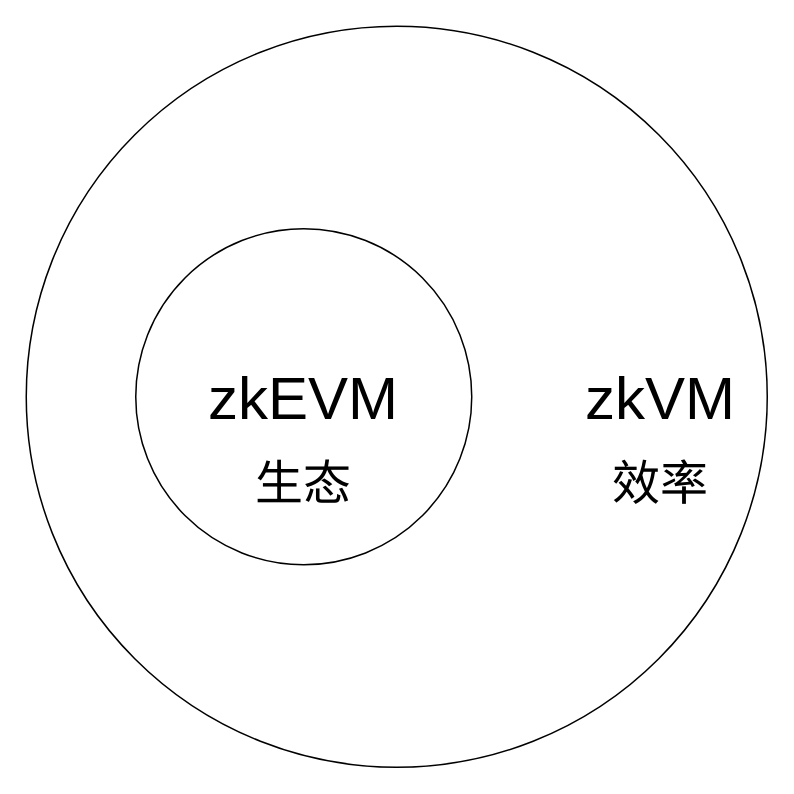
cynic-1/Graphs keeps this draw.io diagram as zkvm.drawio. Above is the earlier version. Source tidied: cells renumbered, new cells numbered last; positions are measured from the earlier drawing's top-left corner, leaving out a move shared by most shapes. Both pictures are drawn from the tidied source at 150%, with x=0, y=0 at pixel (26, 26).
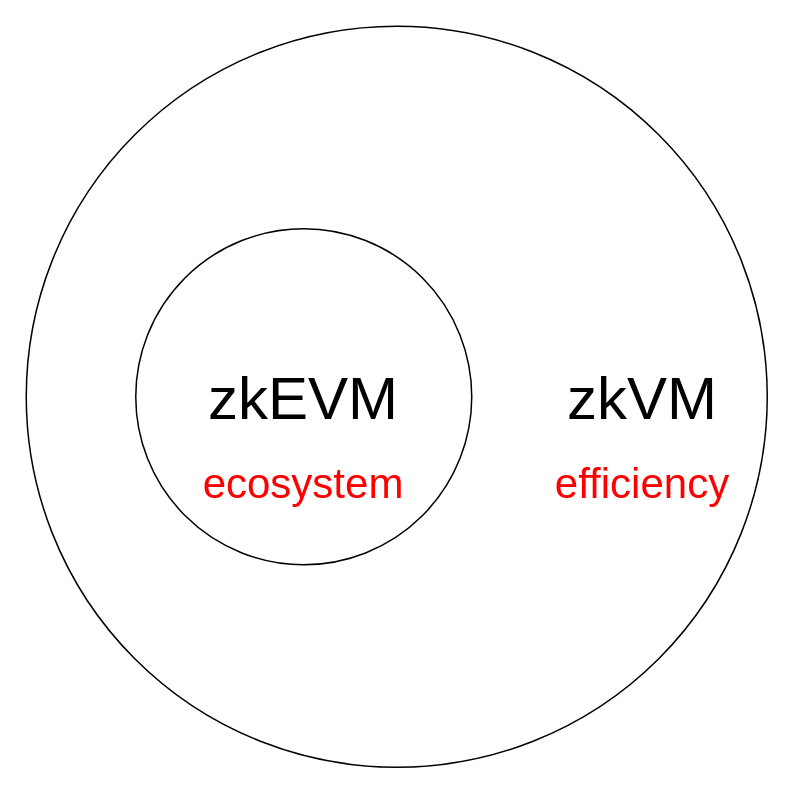
Above is the later version.

The edit, as a diff of the source:
```diff
@@
 <mxGraphModel>
   <root>
     <mxCell id="0" />
     <mxCell id="1" parent="0" />
     <mxCell id="2" style="ellipse;whiteSpace=wrap;html=1;" parent="1" vertex="1">
       <mxGeometry width="494" height="494" as="geometry" />
     </mxCell>
     <mxCell id="3" value="zkVM" style="text;html=1;strokeColor=none;fillColor=none;align=center;verticalAlign=middle;whiteSpace=wrap;rounded=0;fontSize=40;" parent="1" vertex="1">
-      <mxGeometry x="393" y="232" width="60" height="30" as="geometry" />
+      <mxGeometry x="381" y="232" width="60" height="30" as="geometry" />
     </mxCell>
     <mxCell id="4" style="ellipse;whiteSpace=wrap;html=1;" parent="1" vertex="1">
       <mxGeometry x="73" y="135" width="224" height="224" as="geometry" />
     </mxCell>
     <mxCell id="5" value="zkEVM" style="text;html=1;strokeColor=none;fillColor=none;align=center;verticalAlign=middle;whiteSpace=wrap;rounded=0;fontSize=40;" parent="1" vertex="1">
       <mxGeometry x="155" y="232" width="60" height="30" as="geometry" />
     </mxCell>
-    <mxCell id="6" value="生态" style="text;html=1;strokeColor=none;fillColor=none;align=center;verticalAlign=middle;whiteSpace=wrap;rounded=0;fontSize=32;" parent="1" vertex="1">
+    <mxCell id="6" value="ecosystem" style="text;html=1;strokeColor=none;fillColor=none;align=center;verticalAlign=middle;whiteSpace=wrap;rounded=0;fontSize=28;fontColor=#FF0000;" parent="1" vertex="1">
       <mxGeometry x="136" y="290" width="98" height="30" as="geometry" />
     </mxCell>
-    <mxCell id="7" value="效率" style="text;html=1;strokeColor=none;fillColor=none;align=center;verticalAlign=middle;whiteSpace=wrap;rounded=0;fontSize=32;" parent="1" vertex="1">
-      <mxGeometry x="374" y="290" width="98" height="30" as="geometry" />
-    </mxCell>
+    <mxCell id="8" style="edgeStyle=orthogonalEdgeStyle;rounded=0;orthogonalLoop=1;jettySize=auto;html=1;exitX=0.5;exitY=1;exitDx=0;exitDy=0;" parent="1" edge="1" source="6" target="6">
+      <mxGeometry relative="1" as="geometry" />
+    </mxCell>
+    <mxCell id="9" value="efficiency" style="text;html=1;strokeColor=none;fillColor=none;align=center;verticalAlign=middle;whiteSpace=wrap;rounded=0;fontSize=28;fontColor=#FF0000;" parent="1" vertex="1">
+      <mxGeometry x="362" y="290" width="98" height="30" as="geometry" />
+    </mxCell>
   </root>
 </mxGraphModel>
```
